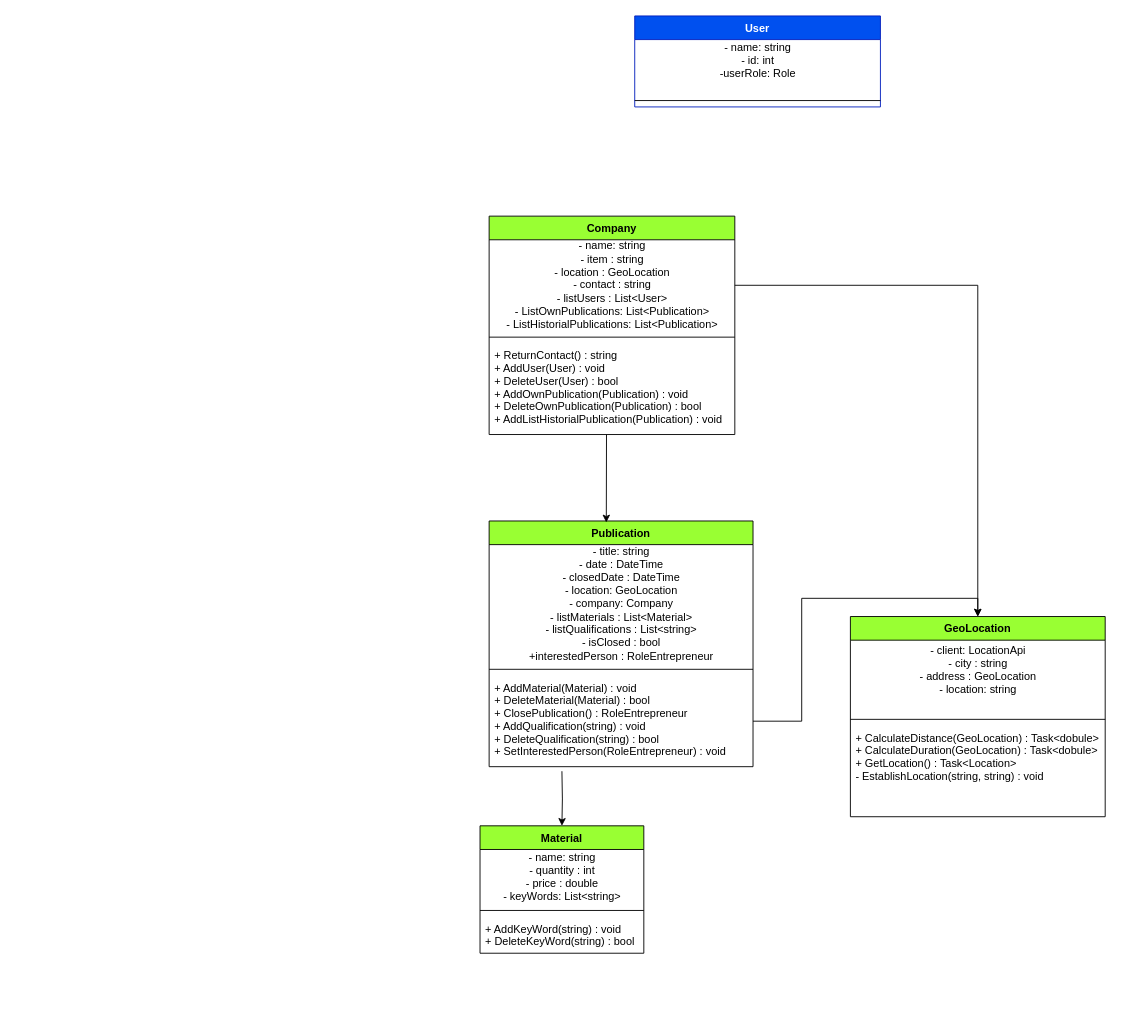
The draw.io diagram docs/Diagrama.drawio in tomaspasto24/ProyectoEquipo4, before the edit. Source tidied: cells renumbered, new cells numbered last; positions are measured from the earlier drawing's top-left corner, leaving out a move shared by most shapes. Both pictures are drawn from the tidied source at 91%, with x=0, y=0 at pixel (480, 15).
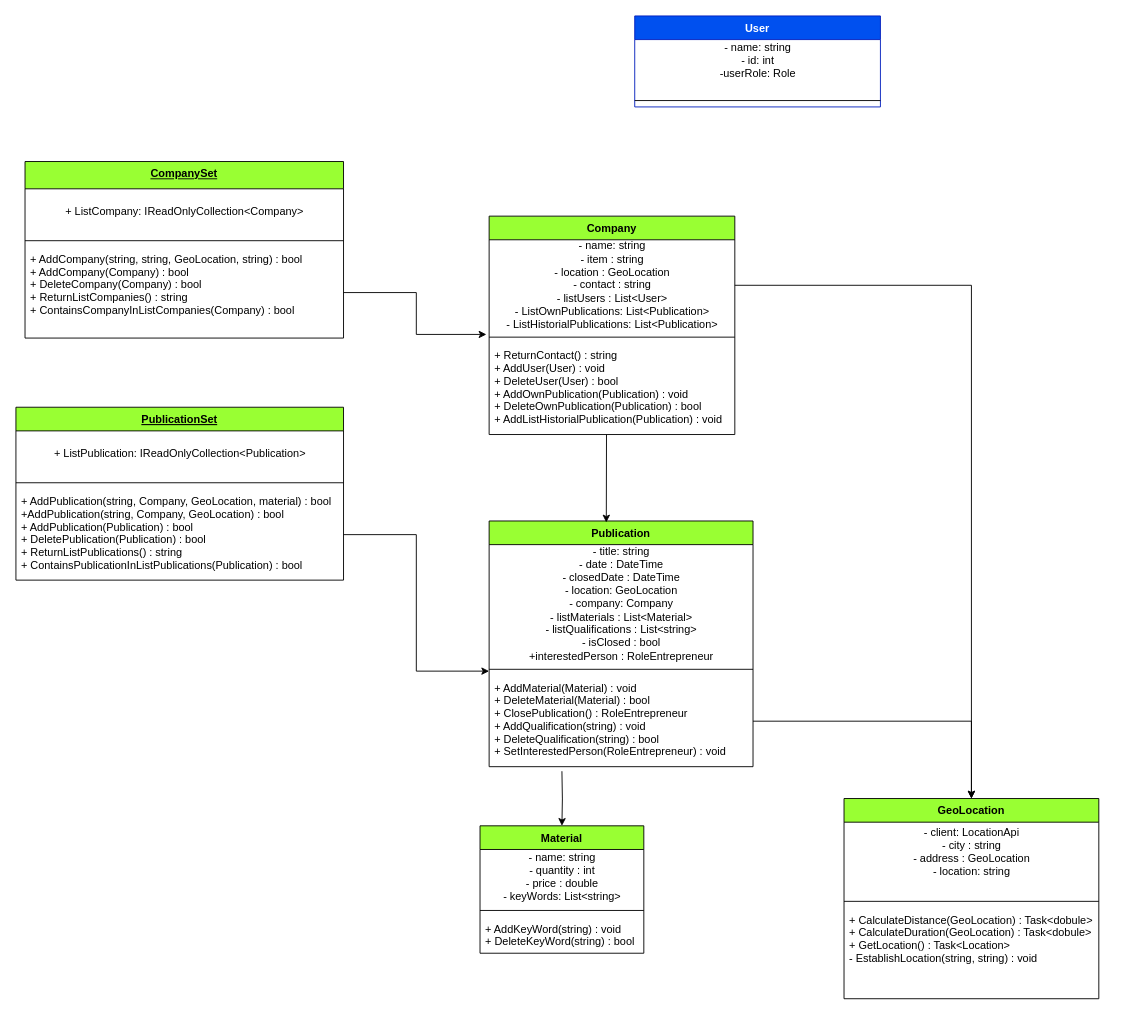
The same page after the edit.

Commit message:
Diagrama actualizado

Unchanged cells that the change refers to:
```xml
<mxCell id="3" value="&lt;div&gt;&lt;span&gt;- name: string&lt;/span&gt;&lt;br&gt;&lt;/div&gt;&lt;div&gt;- item : string&lt;/div&gt;&lt;div&gt;- location : GeoLocation&lt;/div&gt;&lt;div&gt;- contact : string&lt;/div&gt;&lt;div&gt;- listUsers : List&amp;lt;User&amp;gt;&lt;br&gt;&lt;/div&gt;&lt;div&gt;- ListOwnPublications: List&amp;lt;Publication&amp;gt;&lt;br&gt;&lt;/div&gt;&lt;div&gt;- ListHistorialPublications: List&amp;lt;Publication&amp;gt;&lt;br&gt;&lt;/div&gt;" style="text;html=1;align=center;verticalAlign=middle;points=[];strokeColor=none;fillColor=none;" parent="2" vertex="1">
  <mxGeometry y="26" width="270" height="100" as="geometry" />
</mxCell>
<mxCell id="12" style="line;strokeWidth=1;fillColor=none;align=left;verticalAlign=middle;spacingTop=-1;spacingLeft=3;spacingRight=3;labelPosition=right;points=[];portConstraint=eastwest;" parent="10" vertex="1">
  <mxGeometry y="156" width="290" height="14" as="geometry" />
</mxCell>
```

What changed in the source:
```diff
@@
     <mxCell id="14" value="GeoLocation" style="swimlane;fontStyle=1;align=center;verticalAlign=top;horizontal=1;startSize=26;fillColor=#99FF33;" parent="1" vertex="1">
-      <mxGeometry x="407" y="660" width="280" height="220" as="geometry" />
+      <mxGeometry x="400" y="860" width="280" height="220" as="geometry" />
     </mxCell>
@@
+    <mxCell id="25" value="CompanySet" style="swimlane;fontStyle=5;align=center;verticalAlign=top;horizontal=1;startSize=30;fillColor=#99FF33;whiteSpace=wrap;" parent="1" vertex="1">
+      <mxGeometry x="-500" y="160" width="350" height="194" as="geometry" />
+    </mxCell>
+    <mxCell id="26" value="&lt;div&gt;&lt;span&gt;&lt;br&gt;&lt;/span&gt;&lt;/div&gt;&lt;div&gt;&lt;span&gt;+ ListCompany: IReadOnlyCollection&amp;lt;Company&amp;gt;&lt;/span&gt;&lt;br&gt;&lt;/div&gt;&lt;div&gt;&lt;br&gt;&lt;/div&gt;" style="text;html=1;align=center;verticalAlign=middle;strokeColor=none;fillColor=none;" parent="25" vertex="1">
+      <mxGeometry y="30" width="350" height="50" as="geometry" />
+    </mxCell>
+    <mxCell id="27" style="line;strokeWidth=1;fillColor=none;align=left;verticalAlign=middle;spacingTop=-1;spacingLeft=3;spacingRight=3;labelPosition=right;" parent="25" vertex="1">
+      <mxGeometry y="80" width="350" height="14" as="geometry" />
+    </mxCell>
+    <mxCell id="28" value="+ AddCompany(string, string, GeoLocation, string) : bool&#10;+ AddCompany(Company) : bool&#10;+ DeleteCompany(Company) : bool&#10;+ ReturnListCompanies() : string&#10;+ ContainsCompanyInListCompanies(Company) : bool&#10;" style="text;strokeColor=none;fillColor=none;align=left;verticalAlign=top;spacingLeft=4;spacingRight=4;overflow=hidden;points=[[0,0.5],[1,0.5]];portConstraint=eastwest;" parent="25" vertex="1">
+      <mxGeometry y="94" width="350" height="100" as="geometry" />
+    </mxCell>
+    <mxCell id="29" value="PublicationSet" style="swimlane;fontStyle=5;align=center;verticalAlign=top;horizontal=1;startSize=26;fillColor=#99FF33;" parent="1" vertex="1">
+      <mxGeometry x="-510" y="430" width="360" height="190" as="geometry" />
+    </mxCell>
+    <mxCell id="30" value="&lt;div&gt;&lt;span&gt;&lt;br&gt;&lt;/span&gt;&lt;/div&gt;&lt;div&gt;&lt;span&gt;+ ListPublication: IReadOnlyCollection&amp;lt;Publication&amp;gt;&lt;/span&gt;&lt;br&gt;&lt;/div&gt;&lt;div&gt;&lt;br&gt;&lt;/div&gt;" style="text;html=1;align=center;verticalAlign=middle;strokeColor=none;fillColor=none;" parent="29" vertex="1">
+      <mxGeometry y="26" width="360" height="50" as="geometry" />
+    </mxCell>
+    <mxCell id="31" style="line;strokeWidth=1;fillColor=none;align=left;verticalAlign=middle;spacingTop=-1;spacingLeft=3;spacingRight=3;labelPosition=right;" parent="29" vertex="1">
+      <mxGeometry y="76" width="360" height="14" as="geometry" />
+    </mxCell>
+    <mxCell id="32" value="+ AddPublication(string, Company, GeoLocation, material) : bool&#10;+AddPublication(string, Company, GeoLocation) : bool&#10;+ AddPublication(Publication) : bool&#10;+ DeletePublication(Publication) : bool&#10;+ ReturnListPublications() : string&#10;+ ContainsPublicationInListPublications(Publication) : bool&#10;" style="text;strokeColor=none;fillColor=none;align=left;verticalAlign=top;spacingLeft=4;spacingRight=4;overflow=hidden;points=[[0,0.5],[1,0.5]];portConstraint=eastwest;" parent="29" vertex="1">
+      <mxGeometry y="90" width="360" height="100" as="geometry" />
+    </mxCell>
+    <mxCell id="33" style="edgeStyle=orthogonalEdgeStyle;rounded=0;jettySize=auto;html=1;entryX=0;entryY=0.643;entryDx=0;entryDy=0;entryPerimeter=0;" parent="1" edge="1" source="32" target="12">
+      <mxGeometry relative="1" as="geometry" />
+    </mxCell>
+    <mxCell id="34" style="edgeStyle=orthogonalEdgeStyle;rounded=0;jettySize=auto;html=1;entryX=-0.011;entryY=1.04;entryDx=0;entryDy=0;entryPerimeter=0;" parent="1" edge="1" source="28" target="3">
+      <mxGeometry relative="1" as="geometry" />
+    </mxCell>
```
